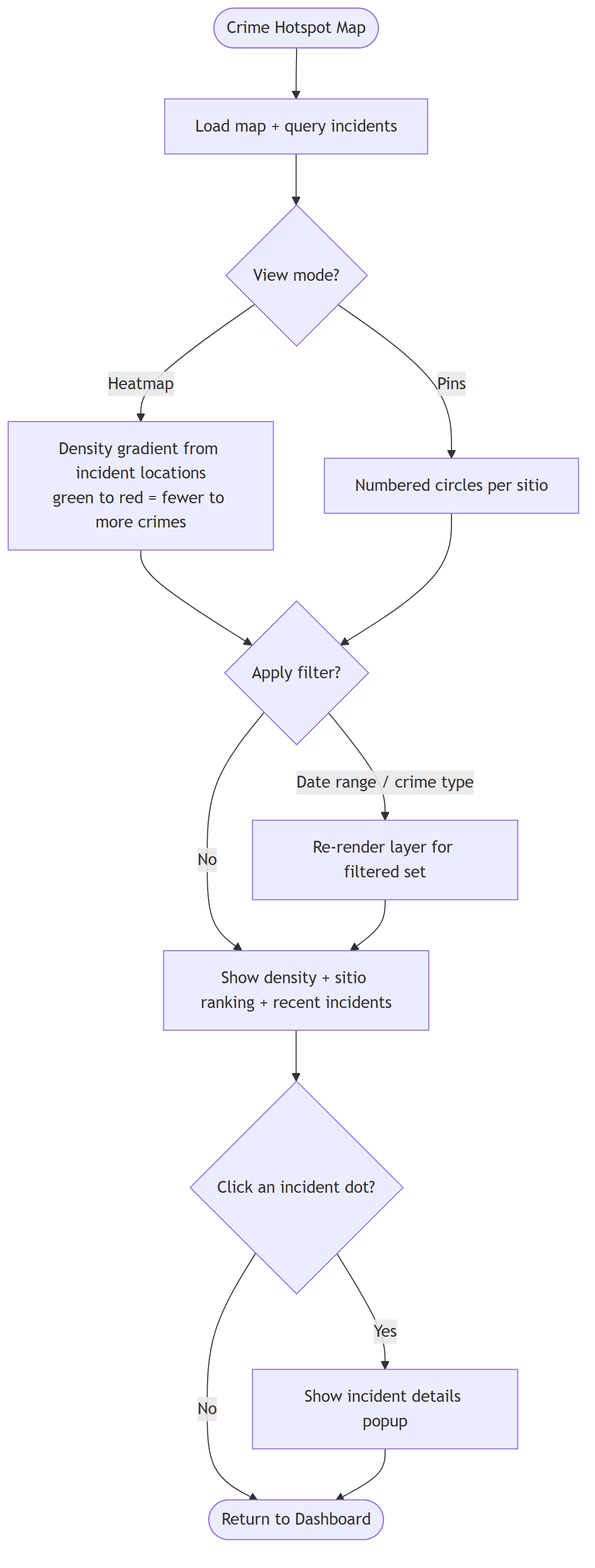
KellyEspera/protect keeps this Mermaid diagram as diagrams/modules/crime_hotspot_map.png. Above is the earlier version. Its source is kept beside it as diagrams/modules/crime_hotspot_map.mmd.
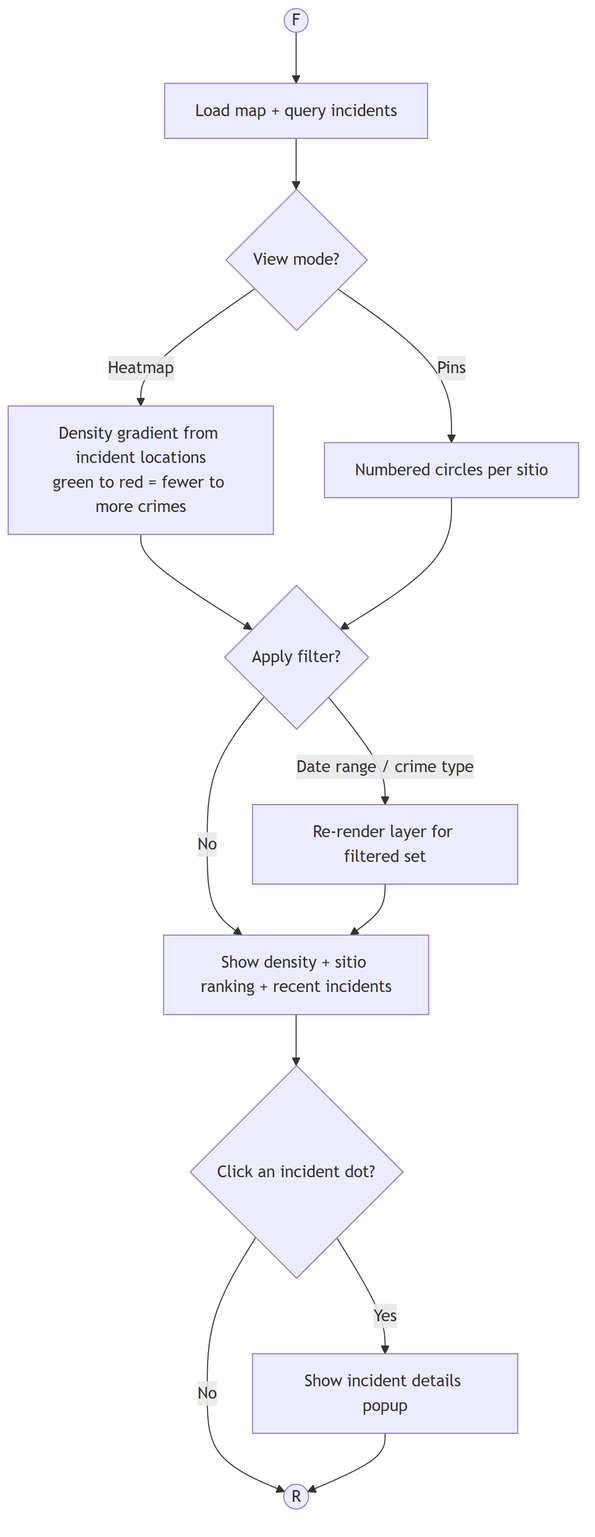
After the change.

Diff of the diagram source:
```diff
@@ -1,5 +1,5 @@
 flowchart TD
-    CH([Crime Hotspot Map]) --> Load[Load map + query incidents]
+    F((F)) --> Load[Load map + query incidents]
     Load --> Mode{View mode?}
 
     Mode -- Heatmap --> Heat[Density gradient from incident locations<br/>green to red = fewer to more crimes]
@@ -14,5 +14,5 @@
     Re --> Show[Show density + sitio ranking + recent incidents]
     Show --> Click{Click an incident dot?}
     Click -- Yes --> Pop[Show incident details popup]
-    Click -- No --> Done([Return to Dashboard])
-    Pop --> Done
+    Click -- No --> R((R))
+    Pop --> R
```
